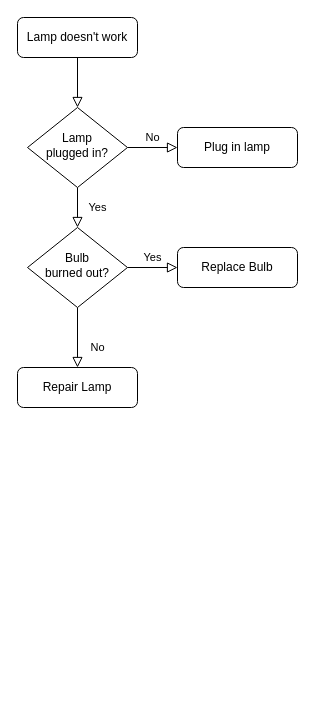
This is Diagrama de flujo.drawio from kevindelrosario/PowerSIM, a draw.io file, before an edit. Source tidied: cells renumbered, new cells numbered last; positions are measured from the earlier drawing's top-left corner, leaving out a move shared by most shapes. Both pictures are drawn from the tidied source at 100%, with x=0, y=0 at pixel (17, 17).
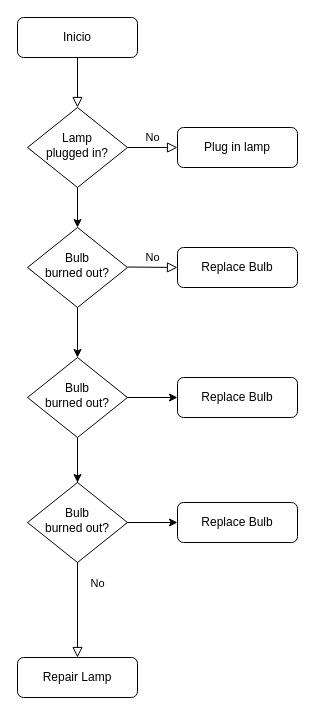
Above is the later version.

The change refers to these unchanged cells:
```xml
<mxCell id="6" value="Lamp&lt;br&gt;plugged in?" style="rhombus;whiteSpace=wrap;html=1;shadow=0;fontFamily=Helvetica;fontSize=12;align=center;strokeWidth=1;spacing=6;spacingTop=-4;" parent="1" vertex="1">
  <mxGeometry x="10" y="90" width="100" height="80" as="geometry" />
</mxCell>
<mxCell id="7" value="Plug in lamp" style="rounded=1;whiteSpace=wrap;html=1;fontSize=12;glass=0;strokeWidth=1;shadow=0;" parent="1" vertex="1">
  <mxGeometry x="160" y="110" width="120" height="40" as="geometry" />
</mxCell>
<mxCell id="10" value="Bulb&lt;br&gt;burned out?" style="rhombus;whiteSpace=wrap;html=1;shadow=0;fontFamily=Helvetica;fontSize=12;align=center;strokeWidth=1;spacing=6;spacingTop=-4;" parent="1" vertex="1">
  <mxGeometry x="10" y="210" width="100" height="80" as="geometry" />
</mxCell>
<mxCell id="12" value="Replace Bulb" style="rounded=1;whiteSpace=wrap;html=1;fontSize=12;glass=0;strokeWidth=1;shadow=0;" parent="1" vertex="1">
  <mxGeometry x="160" y="230" width="120" height="40" as="geometry" />
</mxCell>
```

What changed in the source:
```diff
@@
-    <mxCell id="3" value="Lamp doesn't work" style="rounded=1;whiteSpace=wrap;html=1;fontSize=12;glass=0;strokeWidth=1;shadow=0;" parent="1" vertex="1">
+    <mxCell id="3" value="Inicio" style="rounded=1;whiteSpace=wrap;html=1;fontSize=12;glass=0;strokeWidth=1;shadow=0;" parent="1" vertex="1">
       <mxGeometry width="120" height="40" as="geometry" />
     </mxCell>
+    <mxCell id="5" value="No" style="edgeStyle=orthogonalEdgeStyle;rounded=0;html=1;jettySize=auto;fontSize=11;endArrow=block;endFill=0;endSize=8;strokeWidth=1;shadow=0;labelBackgroundColor=none;" parent="1" edge="1" source="6" target="7">
+      <mxGeometry y="10" relative="1" as="geometry" />
+    </mxCell>
-    <mxCell id="4" value="Yes" style="rounded=0;html=1;jettySize=auto;fontSize=11;endArrow=block;endFill=0;endSize=8;strokeWidth=1;shadow=0;labelBackgroundColor=none;edgeStyle=orthogonalEdgeStyle;" parent="1" edge="1" source="6" target="10">
-      <mxGeometry y="20" relative="1" as="geometry" />
+    <mxCell id="4" style="edgeStyle=orthogonalEdgeStyle;rounded=0;jettySize=auto;html=1;" parent="1" edge="1" source="6" target="10">
+      <mxGeometry relative="1" as="geometry" />
     </mxCell>
-    <mxCell id="5" value="No" style="edgeStyle=orthogonalEdgeStyle;rounded=0;html=1;jettySize=auto;fontSize=11;endArrow=block;endFill=0;endSize=8;strokeWidth=1;shadow=0;labelBackgroundColor=none;" parent="1" edge="1" source="6" target="7">
-      <mxGeometry y="10" relative="1" as="geometry" />
-    </mxCell>
@@
-    <mxCell id="8" value="No" style="rounded=0;html=1;jettySize=auto;fontSize=11;endArrow=block;endFill=0;endSize=8;strokeWidth=1;shadow=0;labelBackgroundColor=none;edgeStyle=orthogonalEdgeStyle;" parent="1" edge="1" source="10" target="11">
+    <mxCell id="8" value="No" style="rounded=0;html=1;jettySize=auto;fontSize=11;endArrow=block;endFill=0;endSize=8;strokeWidth=1;shadow=0;labelBackgroundColor=none;edgeStyle=orthogonalEdgeStyle;" parent="1" edge="1" source="16" target="11">
       <mxGeometry x="0.33" y="20" relative="1" as="geometry" />
     </mxCell>
-    <mxCell id="9" value="Yes" style="edgeStyle=orthogonalEdgeStyle;rounded=0;html=1;jettySize=auto;fontSize=11;endArrow=block;endFill=0;endSize=8;strokeWidth=1;shadow=0;labelBackgroundColor=none;" parent="1" edge="1" source="10" target="12">
-      <mxGeometry y="10" relative="1" as="geometry" />
-    </mxCell>
+    <mxCell id="13" style="edgeStyle=orthogonalEdgeStyle;rounded=0;jettySize=auto;html=1;" parent="1" edge="1" source="10" target="16">
+      <mxGeometry relative="1" as="geometry" />
+    </mxCell>
@@
     <mxCell id="11" value="Repair Lamp" style="rounded=1;whiteSpace=wrap;html=1;fontSize=12;glass=0;strokeWidth=1;shadow=0;" parent="1" vertex="1">
-      <mxGeometry y="350" width="120" height="40" as="geometry" />
+      <mxGeometry y="640" width="120" height="40" as="geometry" />
     </mxCell>
@@
+    <mxCell id="14" style="edgeStyle=orthogonalEdgeStyle;rounded=0;jettySize=auto;html=1;" parent="1" edge="1" source="16" target="19">
+      <mxGeometry relative="1" as="geometry" />
+    </mxCell>
+    <mxCell id="15" style="edgeStyle=orthogonalEdgeStyle;rounded=0;jettySize=auto;html=1;entryX=0.5;entryY=0;entryDx=0;entryDy=0;" parent="1" edge="1" source="16" target="18">
+      <mxGeometry relative="1" as="geometry" />
+    </mxCell>
+    <mxCell id="16" value="Bulb&lt;br&gt;burned out?" style="rhombus;whiteSpace=wrap;html=1;shadow=0;fontFamily=Helvetica;fontSize=12;align=center;strokeWidth=1;spacing=6;spacingTop=-4;" parent="1" vertex="1">
+      <mxGeometry x="10" y="340" width="100" height="80" as="geometry" />
+    </mxCell>
+    <mxCell id="17" style="edgeStyle=orthogonalEdgeStyle;rounded=0;jettySize=auto;html=1;entryX=0;entryY=0.5;entryDx=0;entryDy=0;" parent="1" edge="1" source="18" target="20">
+      <mxGeometry relative="1" as="geometry" />
+    </mxCell>
+    <mxCell id="18" value="Bulb&lt;br&gt;burned out?" style="rhombus;whiteSpace=wrap;html=1;shadow=0;fontFamily=Helvetica;fontSize=12;align=center;strokeWidth=1;spacing=6;spacingTop=-4;" parent="1" vertex="1">
+      <mxGeometry x="10" y="465" width="100" height="80" as="geometry" />
+    </mxCell>
+    <mxCell id="19" value="Replace Bulb" style="rounded=1;whiteSpace=wrap;html=1;fontSize=12;glass=0;strokeWidth=1;shadow=0;" parent="1" vertex="1">
+      <mxGeometry x="160" y="360" width="120" height="40" as="geometry" />
+    </mxCell>
+    <mxCell id="20" value="Replace Bulb" style="rounded=1;whiteSpace=wrap;html=1;fontSize=12;glass=0;strokeWidth=1;shadow=0;" parent="1" vertex="1">
+      <mxGeometry x="160" y="485" width="120" height="40" as="geometry" />
+    </mxCell>
+    <mxCell id="21" value="No" style="edgeStyle=orthogonalEdgeStyle;rounded=0;html=1;jettySize=auto;fontSize=11;endArrow=block;endFill=0;endSize=8;strokeWidth=1;shadow=0;labelBackgroundColor=none;entryX=0;entryY=0.5;entryDx=0;entryDy=0;" parent="1" edge="1" target="12">
+      <mxGeometry y="10" relative="1" as="geometry">
+        <mxPoint x="110" y="249.5" as="sourcePoint" />
+      </mxGeometry>
+    </mxCell>
```
